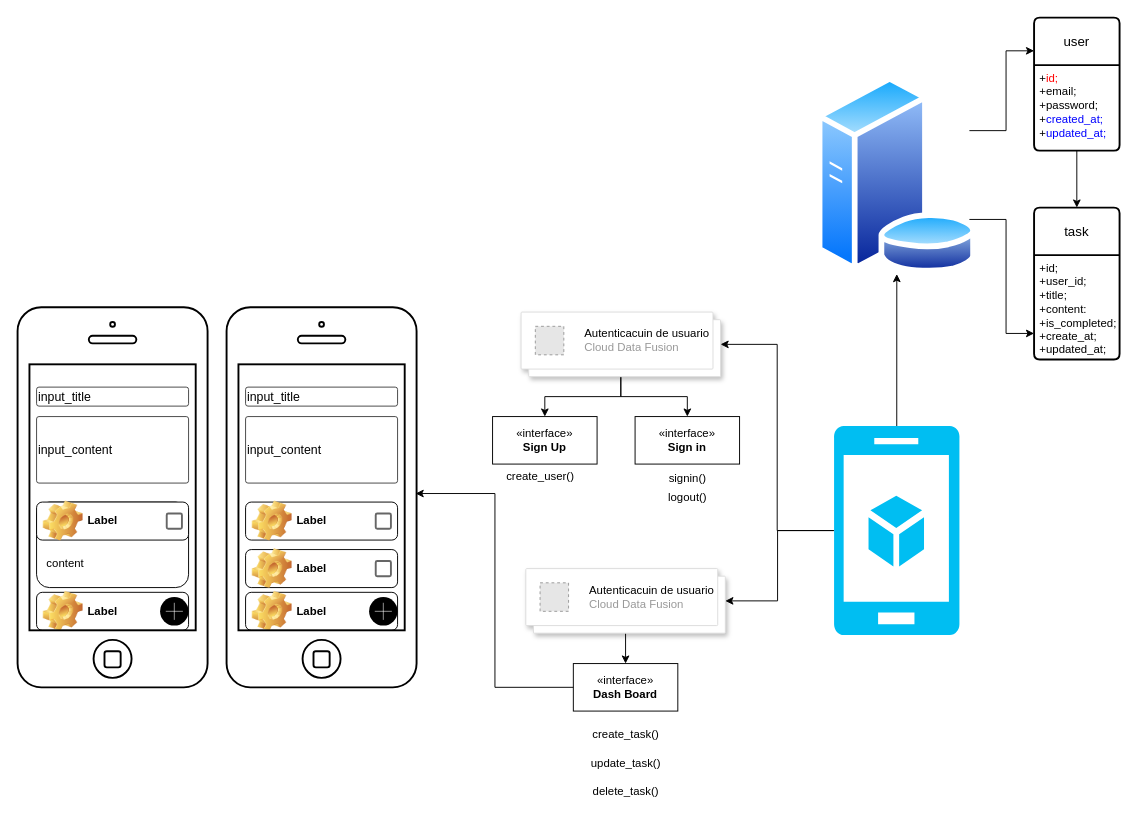
LuisAlbertoB/ToDoList_mobil keeps this draw.io diagram as schema/main_schema.drawio. Above is the earlier version. Source tidied: cells renumbered, new cells numbered last; positions are measured from the earlier drawing's top-left corner, leaving out a move shared by most shapes. Both pictures are drawn from the tidied source at 95%, with x=0, y=0 at pixel (17, 17). Pictures stored in the file or linked from it are replaced by grey dashed boxes.
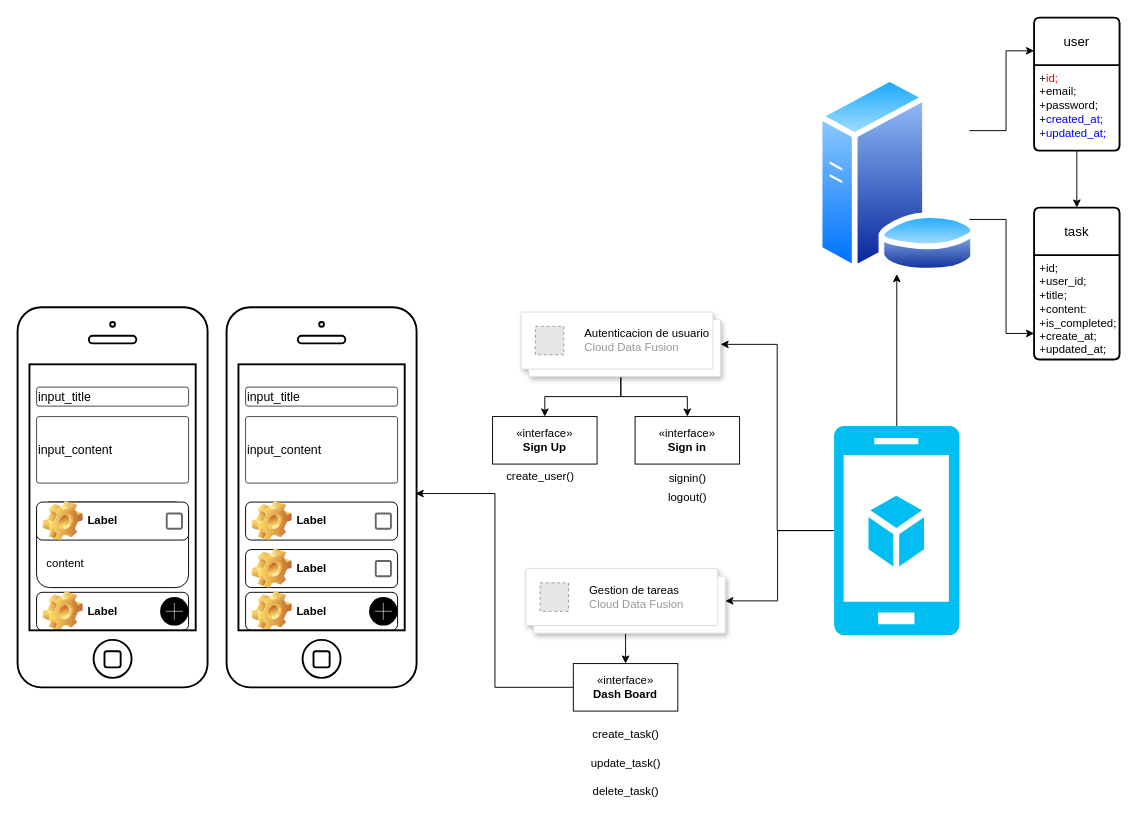
The same page after the edit.

Unchanged cells that the change refers to:
```xml
<mxCell id="18" style="shape=mxgraph.gcp2.doubleRect;fillColor=#ffffff;strokeColor=#dddddd;shadow=1;strokeWidth=1;rounded=1;absoluteArcSize=1;arcSize=2;" parent="1" vertex="1">
  <mxGeometry x="530" y="310" width="210" height="68" as="geometry" />
</mxCell>
<mxCell id="23" style="shape=mxgraph.gcp2.doubleRect;fillColor=#ffffff;strokeColor=#dddddd;shadow=1;strokeWidth=1;rounded=1;absoluteArcSize=1;arcSize=2;" parent="1" vertex="1">
  <mxGeometry x="535" y="580" width="210" height="68" as="geometry" />
</mxCell>
```

The edit, as a diff of the source:
```diff
@@
-    <mxCell id="19" value="&lt;font color=&quot;#000000&quot;&gt;Autenticacuin de usuario&lt;/font&gt;&lt;br&gt;Cloud Data Fusion" style="fillColor=#E6E6E6;strokeColor=#999999;dashed=1;html=1;fontColor=#999999;verticalLabelPosition=middle;verticalAlign=middle;labelPosition=right;align=left;spacingLeft=20;" parent="18" vertex="1">
+    <mxCell id="19" value="&lt;font color=&quot;#000000&quot;&gt;Autenticacion de usuario&lt;/font&gt;&lt;br&gt;Cloud Data Fusion" style="fillColor=#E6E6E6;strokeColor=#999999;dashed=1;html=1;fontColor=#999999;verticalLabelPosition=middle;verticalAlign=middle;labelPosition=right;align=left;spacingLeft=20;" parent="18" vertex="1">
       <mxGeometry width="30" height="30" relative="1" as="geometry">
         <mxPoint x="15" y="15" as="offset" />
       </mxGeometry>
     </mxCell>
@@
-    <mxCell id="24" value="&lt;font color=&quot;#000000&quot;&gt;Autenticacuin de usuario&lt;/font&gt;&lt;br&gt;Cloud Data Fusion" style="fillColor=#E6E6E6;strokeColor=#999999;dashed=1;html=1;fontColor=#999999;verticalLabelPosition=middle;verticalAlign=middle;labelPosition=right;align=left;spacingLeft=20;" parent="23" vertex="1">
+    <mxCell id="24" value="&lt;font color=&quot;#000000&quot;&gt;Gestion de tareas&lt;/font&gt;&lt;br&gt;Cloud Data Fusion" style="fillColor=#E6E6E6;strokeColor=#999999;dashed=1;html=1;fontColor=#999999;verticalLabelPosition=middle;verticalAlign=middle;labelPosition=right;align=left;spacingLeft=20;" parent="23" vertex="1">
       <mxGeometry width="30" height="30" relative="1" as="geometry">
         <mxPoint x="15" y="15" as="offset" />
       </mxGeometry>
     </mxCell>
```
